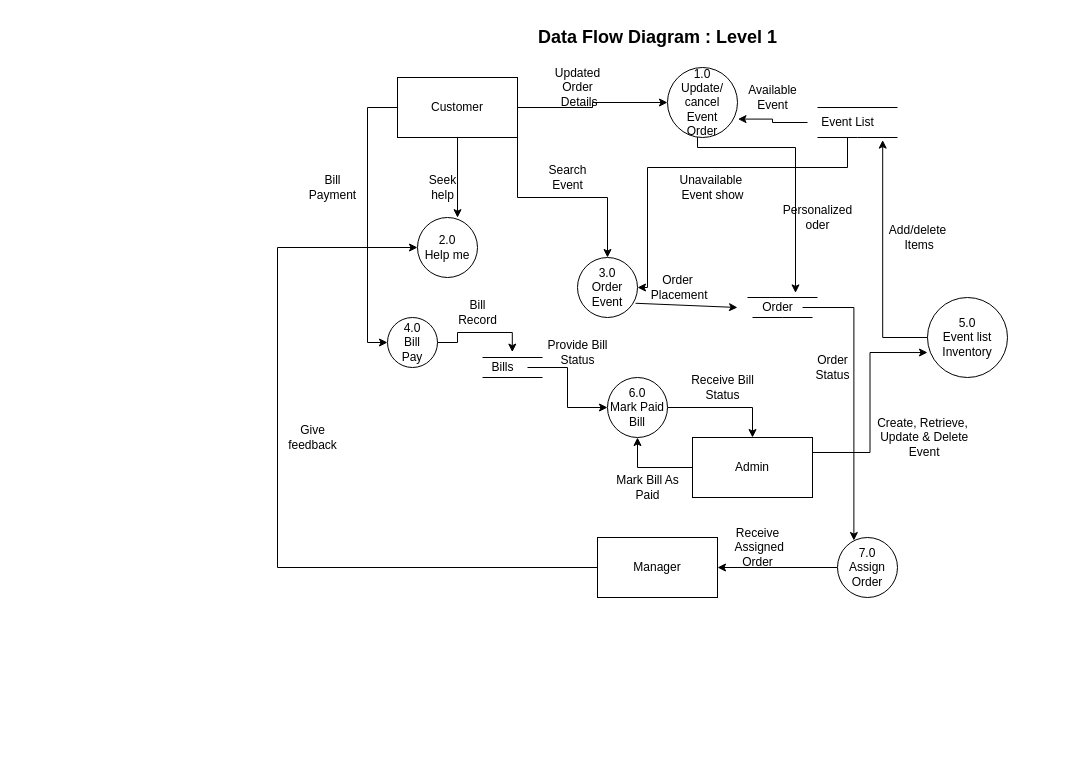
Earlier version of the draw.io diagram page "Page-2" (2 of 2) of Untitled Diagram.drawio (axif0/370_project). Source tidied: cells renumbered, new cells numbered last; positions are measured from the earlier drawing's top-left corner, leaving out a move shared by most shapes. Both pictures are drawn from the tidied source at 100%, with x=0, y=0 at pixel (277, 17).
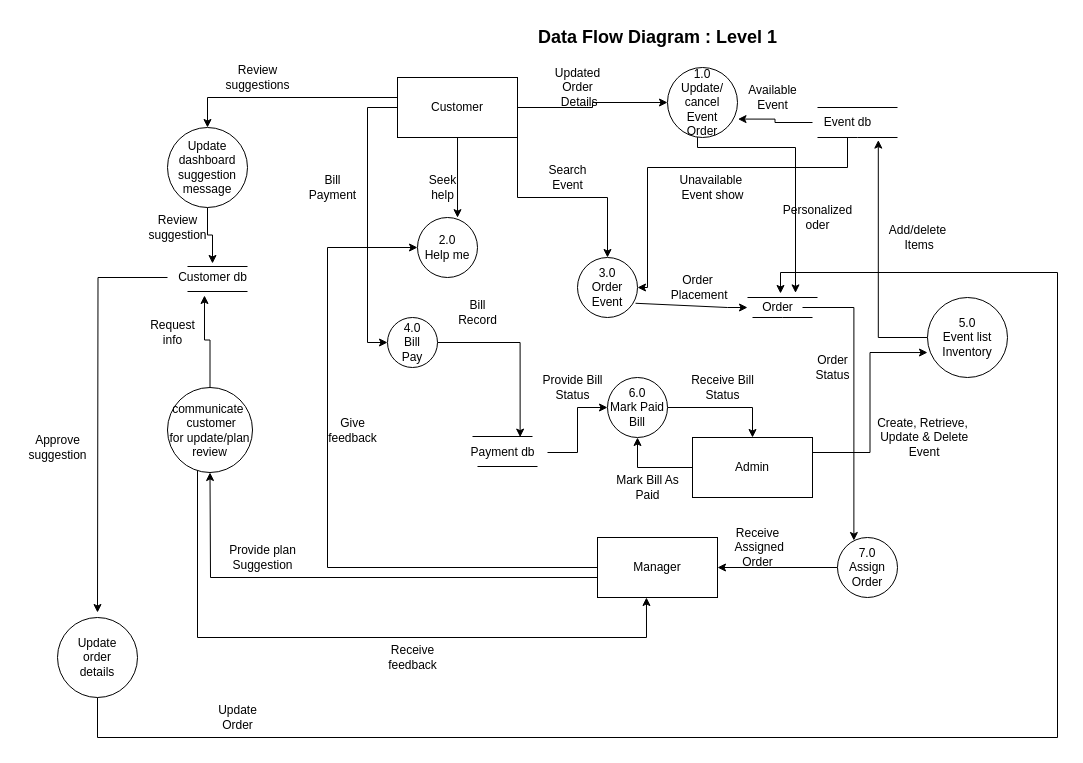
The same page after the edit.

The change refers to these unchanged cells:
```xml
<mxCell id="3" value="Manager" style="rounded=0;whiteSpace=wrap;html=1;" parent="1" vertex="1">
  <mxGeometry x="320" y="520" width="120" height="60" as="geometry" />
</mxCell>
<mxCell id="8" value="Customer" style="rounded=0;whiteSpace=wrap;html=1;" parent="1" vertex="1">
  <mxGeometry x="120" y="60" width="120" height="60" as="geometry" />
</mxCell>
<mxCell id="12" value="2.0&lt;br&gt;Help me" style="ellipse;whiteSpace=wrap;html=1;" parent="1" vertex="1">
  <mxGeometry x="140" y="200" width="60" height="60" as="geometry" />
</mxCell>
<mxCell id="22" value="3.0&lt;br&gt;Order Event" style="ellipse;whiteSpace=wrap;html=1;" parent="1" vertex="1">
  <mxGeometry x="300" y="240" width="60" height="60" as="geometry" />
</mxCell>
<mxCell id="45" value="Order" style="text;html=1;align=center;verticalAlign=middle;points=[];strokeColor=none;fillColor=none;" parent="1" vertex="1">
  <mxGeometry x="475" y="275" width="50" height="30" as="geometry" />
</mxCell>
```

Change to the diagram source:
```diff
@@
     <mxCell id="2" style="edgeStyle=orthogonalEdgeStyle;rounded=0;jettySize=auto;html=1;entryX=0;entryY=0.5;entryDx=0;entryDy=0;" parent="1" edge="1" source="3" target="12">
       <mxGeometry relative="1" as="geometry">
         <Array as="points">
-          <mxPoint y="550" />
-          <mxPoint y="230" />
+          <mxPoint x="50" y="550" />
+          <mxPoint x="50" y="230" />
         </Array>
       </mxGeometry>
     </mxCell>
+    <mxCell id="56" style="edgeStyle=orthogonalEdgeStyle;rounded=0;jettySize=auto;html=1;" parent="1" edge="1" source="3" target="60">
+      <mxGeometry relative="1" as="geometry">
+        <Array as="points">
+          <mxPoint x="-67" y="560" />
+        </Array>
+      </mxGeometry>
+    </mxCell>
@@
+    <mxCell id="57" style="edgeStyle=orthogonalEdgeStyle;rounded=0;jettySize=auto;html=1;entryX=0.5;entryY=0;entryDx=0;entryDy=0;" parent="1" edge="1" source="8" target="64">
+      <mxGeometry relative="1" as="geometry">
+        <Array as="points">
+          <mxPoint x="-70" y="80" />
+        </Array>
+      </mxGeometry>
+    </mxCell>
@@
-    <mxCell id="20" value="Event List" style="text;html=1;align=center;verticalAlign=middle;points=[];strokeColor=none;fillColor=none;" parent="1" vertex="1">
-      <mxGeometry x="530" y="90" width="80" height="30" as="geometry" />
+    <mxCell id="20" value="Event db" style="text;html=1;align=center;verticalAlign=middle;points=[];strokeColor=none;fillColor=none;" parent="1" vertex="1">
+      <mxGeometry x="535" y="90" width="70" height="30" as="geometry" />
     </mxCell>
@@
     <mxCell id="32" style="endArrow=none;html=1;rounded=0;" parent="1" edge="1">
       <mxGeometry relative="1" as="geometry">
-        <mxPoint x="205" y="340" as="sourcePoint" />
-        <mxPoint x="265" y="340" as="targetPoint" />
+        <mxPoint x="195" y="419" as="sourcePoint" />
+        <mxPoint x="255" y="419" as="targetPoint" />
       </mxGeometry>
     </mxCell>
     <mxCell id="33" style="endArrow=none;html=1;rounded=0;" parent="1" edge="1">
       <mxGeometry relative="1" as="geometry">
-        <mxPoint x="205" y="360" as="sourcePoint" />
-        <mxPoint x="265" y="360" as="targetPoint" />
+        <mxPoint x="200" y="449" as="sourcePoint" />
+        <mxPoint x="260" y="449" as="targetPoint" />
       </mxGeometry>
     </mxCell>
@@
-    <mxCell id="35" value="Bills" style="text;html=1;align=center;verticalAlign=middle;points=[];strokeColor=none;fillColor=none;" parent="1" vertex="1">
-      <mxGeometry x="200" y="335" width="50" height="30" as="geometry" />
+    <mxCell id="35" value="Payment db" style="text;html=1;align=center;verticalAlign=middle;points=[];strokeColor=none;fillColor=none;" parent="1" vertex="1">
+      <mxGeometry x="180" y="420" width="90" height="30" as="geometry" />
     </mxCell>
@@
     <mxCell id="39" value="Provide Bill &lt;br&gt;Status" style="text;html=1;align=center;verticalAlign=middle;strokeColor=none;fillColor=none;" parent="1" vertex="1">
-      <mxGeometry x="260" y="315" width="80" height="40" as="geometry" />
+      <mxGeometry x="255" y="350" width="80" height="40" as="geometry" />
     </mxCell>
@@
     <mxCell id="46" style="endArrow=classic;html=1;rounded=0;exitX=0.967;exitY=0.763;exitDx=0;exitDy=0;exitPerimeter=0;" parent="1" edge="1" source="22">
       <mxGeometry relative="1" as="geometry">
-        <mxPoint x="460" y="290" as="targetPoint" />
+        <mxPoint x="470" y="290" as="targetPoint" />
+        <Array as="points">
+          <mxPoint x="450" y="290" />
+        </Array>
       </mxGeometry>
     </mxCell>
@@
     <mxCell id="50" value="Give &lt;br&gt;feedback" style="text;html=1;align=center;verticalAlign=middle;strokeColor=none;fillColor=none;" parent="1" vertex="1">
-      <mxGeometry y="400" width="70" height="40" as="geometry" />
+      <mxGeometry x="40" y="392.5" width="70" height="40" as="geometry" />
     </mxCell>
@@
     <mxCell id="53" value="Order &lt;br&gt;&amp;nbsp;Placement&lt;br/&gt;" style="text;html=1;align=center;verticalAlign=middle;strokeColor=none;fillColor=none;" parent="1" vertex="1">
-      <mxGeometry x="360" y="250" width="80" height="40" as="geometry" />
+      <mxGeometry x="380" y="250" width="80" height="40" as="geometry" />
     </mxCell>
@@
+    <mxCell id="58" style="edgeStyle=orthogonalEdgeStyle;rounded=0;jettySize=auto;html=1;entryX=0.411;entryY=1.1;entryDx=0;entryDy=0;entryPerimeter=0;" parent="1" edge="1" source="60" target="66">
+      <mxGeometry relative="1" as="geometry" />
+    </mxCell>
+    <mxCell id="59" style="edgeStyle=orthogonalEdgeStyle;rounded=0;jettySize=auto;html=1;entryX=0.408;entryY=1;entryDx=0;entryDy=0;entryPerimeter=0;" parent="1" edge="1" source="60" target="3">
+      <mxGeometry relative="1" as="geometry">
+        <Array as="points">
+          <mxPoint x="-80" y="620" />
+          <mxPoint x="369" y="620" />
+        </Array>
+      </mxGeometry>
+    </mxCell>
+    <mxCell id="60" value="communicate&amp;nbsp; &amp;nbsp;customer&lt;br&gt;for update/plan&lt;br&gt;review" style="ellipse;whiteSpace=wrap;html=1;" parent="1" vertex="1">
+      <mxGeometry x="-110" y="370" width="85" height="85" as="geometry" />
+    </mxCell>
+    <mxCell id="61" style="endArrow=none;html=1;rounded=0;" parent="1" edge="1">
+      <mxGeometry relative="1" as="geometry">
+        <mxPoint x="-90" y="249" as="sourcePoint" />
+        <mxPoint x="-30" y="249" as="targetPoint" />
+      </mxGeometry>
+    </mxCell>
+    <mxCell id="62" style="endArrow=none;html=1;rounded=0;" parent="1" edge="1">
+      <mxGeometry relative="1" as="geometry">
+        <mxPoint x="-90" y="274" as="sourcePoint" />
+        <mxPoint x="-30" y="274" as="targetPoint" />
+      </mxGeometry>
+    </mxCell>
+    <mxCell id="63" style="edgeStyle=orthogonalEdgeStyle;rounded=0;jettySize=auto;html=1;entryX=0.5;entryY=0.033;entryDx=0;entryDy=0;entryPerimeter=0;" parent="1" edge="1" source="64" target="66">
+      <mxGeometry relative="1" as="geometry" />
+    </mxCell>
+    <mxCell id="64" value="Update dashboard&lt;br&gt;suggestion&lt;br&gt;message" style="ellipse;whiteSpace=wrap;html=1;" parent="1" vertex="1">
+      <mxGeometry x="-110" y="110" width="80" height="80" as="geometry" />
+    </mxCell>
+    <mxCell id="65" style="edgeStyle=orthogonalEdgeStyle;rounded=0;jettySize=auto;html=1;" parent="1" edge="1" source="66">
+      <mxGeometry relative="1" as="geometry">
+        <mxPoint x="-180" y="595" as="targetPoint" />
+      </mxGeometry>
+    </mxCell>
+    <mxCell id="66" value="Customer db" style="text;html=1;align=center;verticalAlign=middle;points=[];strokeColor=none;fillColor=none;" parent="1" vertex="1">
+      <mxGeometry x="-110" y="245" width="90" height="30" as="geometry" />
+    </mxCell>
+    <mxCell id="67" value="Request&lt;br&gt;info" style="text;html=1;align=center;verticalAlign=middle;strokeColor=none;fillColor=none;" parent="1" vertex="1">
+      <mxGeometry x="-140" y="295" width="70" height="40" as="geometry" />
+    </mxCell>
+    <mxCell id="68" value="Provide plan &lt;br&gt;Suggestion" style="text;html=1;align=center;verticalAlign=middle;strokeColor=none;fillColor=none;" parent="1" vertex="1">
+      <mxGeometry x="-60" y="520" width="90" height="40" as="geometry" />
+    </mxCell>
+    <mxCell id="69" value="Review &lt;br&gt;suggestions&lt;br&gt;" style="text;html=1;align=center;verticalAlign=middle;strokeColor=none;fillColor=none;" parent="1" vertex="1">
+      <mxGeometry x="-65" y="40" width="90" height="40" as="geometry" />
+    </mxCell>
+    <mxCell id="70" value="Review&lt;br&gt;suggestion" style="text;html=1;align=center;verticalAlign=middle;strokeColor=none;fillColor=none;" parent="1" vertex="1">
+      <mxGeometry x="-140" y="190" width="80" height="40" as="geometry" />
+    </mxCell>
+    <mxCell id="71" value="Receive&lt;br&gt;feedback" style="text;html=1;align=center;verticalAlign=middle;strokeColor=none;fillColor=none;" parent="1" vertex="1">
+      <mxGeometry x="100" y="620" width="70" height="40" as="geometry" />
+    </mxCell>
+    <mxCell id="72" style="edgeStyle=orthogonalEdgeStyle;rounded=0;jettySize=auto;html=1;entryX=0.56;entryY=0.033;entryDx=0;entryDy=0;entryPerimeter=0;" parent="1" edge="1" source="73" target="45">
+      <mxGeometry relative="1" as="geometry">
+        <Array as="points">
+          <mxPoint x="-180" y="720" />
+          <mxPoint x="780" y="720" />
+          <mxPoint x="780" y="255" />
+          <mxPoint x="503" y="255" />
+        </Array>
+      </mxGeometry>
+    </mxCell>
+    <mxCell id="73" value="Update&lt;br&gt;order&lt;br&gt;details" style="ellipse;whiteSpace=wrap;html=1;" parent="1" vertex="1">
+      <mxGeometry x="-220" y="600" width="80" height="80" as="geometry" />
+    </mxCell>
+    <mxCell id="74" value="Update&lt;br&gt;Order" style="text;html=1;align=center;verticalAlign=middle;strokeColor=none;fillColor=none;" parent="1" vertex="1">
+      <mxGeometry x="-70" y="680" width="60" height="40" as="geometry" />
+    </mxCell>
+    <mxCell id="75" value="Approve&lt;br&gt;suggestion" style="text;html=1;align=center;verticalAlign=middle;strokeColor=none;fillColor=none;" parent="1" vertex="1">
+      <mxGeometry x="-260" y="410" width="80" height="40" as="geometry" />
+    </mxCell>
```
